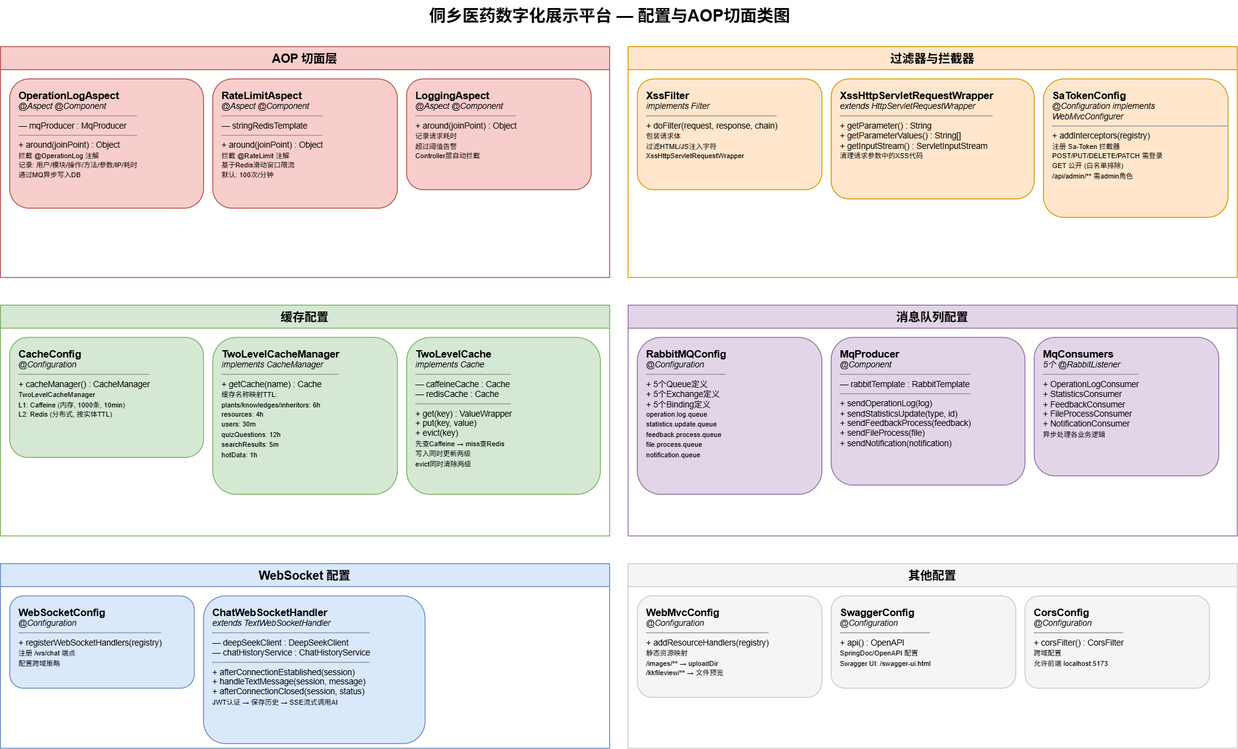
yhe3603-star/Graduation-Project keeps this draw.io diagram as docs/diagrams-png/class-config.drawio.png. Above is the earlier version. Source tidied: cells renumbered, new cells last; positions are measured from the earlier drawing's top-left corner, leaving out a move shared by most shapes.
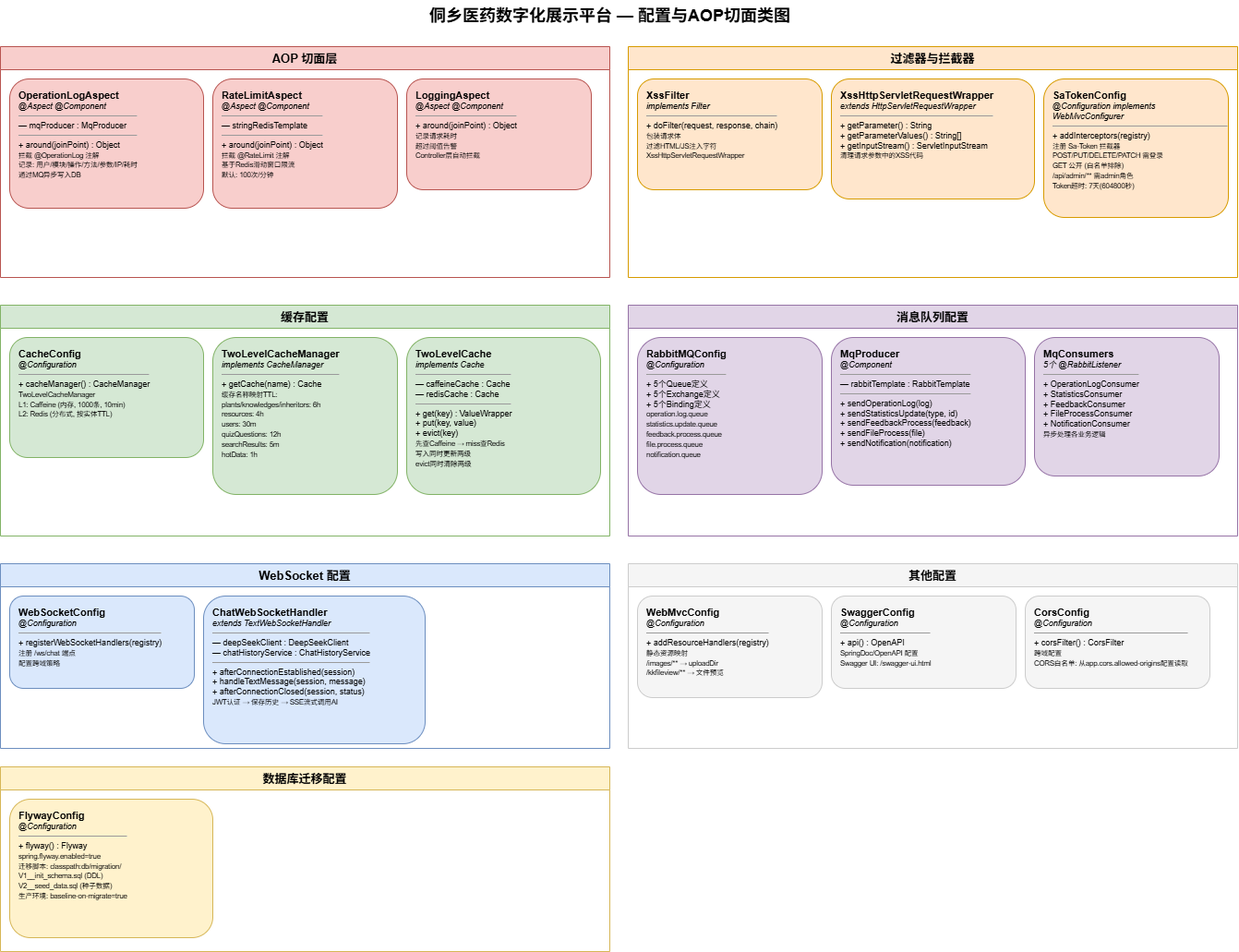
After the change.

Change to the diagram source:
```diff
@@ -26,7 +26,7 @@
     <mxCell id="9" value="&lt;b style='font-size:11px'&gt;XssHttpServletRequestWrapper&lt;/b&gt;&lt;br&gt;&lt;i&gt;extends HttpServletRequestWrapper&lt;/i&gt;&lt;hr size='1'&gt;+ getParameter() : String&lt;br&gt;+ getParameterValues() : String[]&lt;br&gt;+ getInputStream() : ServletInputStream&lt;br&gt;&lt;small&gt;清理请求参数中的XSS代码&lt;/small&gt;" style="rounded=1;whiteSpace=wrap;html=1;fillColor=#ffe6cc;strokeColor=#d79b00;fontSize=9;align=left;verticalAlign=top;spacingLeft=8;spacingTop=5;" parent="7" vertex="1">
       <mxGeometry x="220" y="35" width="220" height="130" as="geometry" />
     </mxCell>
-    <mxCell id="10" value="&lt;b style='font-size:11px'&gt;SaTokenConfig&lt;/b&gt;&lt;br&gt;&lt;i&gt;@Configuration implements WebMvcConfigurer&lt;/i&gt;&lt;hr size='1'&gt;+ addInterceptors(registry)&lt;br&gt;&lt;small&gt;注册 Sa-Token 拦截器&lt;br&gt;POST/PUT/DELETE/PATCH 需登录&lt;br&gt;GET 公开 (白名单排除)&lt;br&gt;/api/admin/** 需admin角色&lt;/small&gt;" style="rounded=1;whiteSpace=wrap;html=1;fillColor=#ffe6cc;strokeColor=#d79b00;fontSize=9;align=left;verticalAlign=top;spacingLeft=8;spacingTop=5;" parent="7" vertex="1">
+    <mxCell id="10" value="&lt;b style='font-size:11px'&gt;SaTokenConfig&lt;/b&gt;&lt;br&gt;&lt;i&gt;@Configuration implements WebMvcConfigurer&lt;/i&gt;&lt;hr size='1'&gt;+ addInterceptors(registry)&lt;br&gt;&lt;small&gt;注册 Sa-Token 拦截器&lt;br&gt;POST/PUT/DELETE/PATCH 需登录&lt;br&gt;GET 公开 (白名单排除)&lt;br&gt;/api/admin/** 需admin角色&lt;br&gt;Token超时: 7天(604800秒)&lt;/small&gt;" style="rounded=1;whiteSpace=wrap;html=1;fillColor=#ffe6cc;strokeColor=#d79b00;fontSize=9;align=left;verticalAlign=top;spacingLeft=8;spacingTop=5;" parent="7" vertex="1">
       <mxGeometry x="450" y="35" width="200" height="150" as="geometry" />
     </mxCell>
     <mxCell id="11" value="缓存配置" style="swimlane;startSize=25;fillColor=#d5e8d4;strokeColor=#82b366;fontStyle=1;fontSize=13;" parent="1" vertex="1">
@@ -71,8 +71,14 @@
     <mxCell id="24" value="&lt;b style='font-size:11px'&gt;SwaggerConfig&lt;/b&gt;&lt;br&gt;&lt;i&gt;@Configuration&lt;/i&gt;&lt;hr size='1'&gt;+ api() : OpenAPI&lt;br&gt;&lt;small&gt;SpringDoc/OpenAPI 配置&lt;br&gt;Swagger UI: /swagger-ui.html&lt;/small&gt;" style="rounded=1;whiteSpace=wrap;html=1;fillColor=#f5f5f5;strokeColor=#CCCCCC;fontSize=9;align=left;verticalAlign=top;spacingLeft=8;spacingTop=5;" parent="22" vertex="1">
       <mxGeometry x="220" y="35" width="200" height="100" as="geometry" />
     </mxCell>
-    <mxCell id="25" value="&lt;b style='font-size:11px'&gt;CorsConfig&lt;/b&gt;&lt;br&gt;&lt;i&gt;@Configuration&lt;/i&gt;&lt;hr size='1'&gt;+ corsFilter() : CorsFilter&lt;br&gt;&lt;small&gt;跨域配置&lt;br&gt;允许前端 localhost:5173&lt;/small&gt;" style="rounded=1;whiteSpace=wrap;html=1;fillColor=#f5f5f5;strokeColor=#CCCCCC;fontSize=9;align=left;verticalAlign=top;spacingLeft=8;spacingTop=5;" parent="22" vertex="1">
+    <mxCell id="25" value="&lt;b style='font-size:11px'&gt;CorsConfig&lt;/b&gt;&lt;br&gt;&lt;i&gt;@Configuration&lt;/i&gt;&lt;hr size='1'&gt;+ corsFilter() : CorsFilter&lt;br&gt;&lt;small&gt;跨域配置&lt;br&gt;CORS白名单: 从app.cors.allowed-origins配置读取&lt;/small&gt;" style="rounded=1;whiteSpace=wrap;html=1;fillColor=#f5f5f5;strokeColor=#CCCCCC;fontSize=9;align=left;verticalAlign=top;spacingLeft=8;spacingTop=5;" parent="22" vertex="1">
       <mxGeometry x="430" y="35" width="200" height="100" as="geometry" />
     </mxCell>
+    <mxCell id="26" value="数据库迁移配置" style="swimlane;startSize=25;fillColor=#fff2cc;strokeColor=#d6b656;fontStyle=1;fontSize=13;" parent="1" vertex="1">
+      <mxGeometry y="830" width="660" height="200" as="geometry" />
+    </mxCell>
+    <mxCell id="27" value="&lt;b style='font-size:11px'&gt;FlywayConfig&lt;/b&gt;&lt;br&gt;&lt;i&gt;@Configuration&lt;/i&gt;&lt;hr size='1'&gt;+ flyway() : Flyway&lt;br&gt;&lt;small&gt;spring.flyway.enabled=true&lt;br&gt;迁移脚本: classpath:db/migration/&lt;br&gt;V1__init_schema.sql (DDL)&lt;br&gt;V2__seed_data.sql (种子数据)&lt;br&gt;生产环境: baseline-on-migrate=true&lt;/small&gt;" style="rounded=1;whiteSpace=wrap;html=1;fillColor=#fff2cc;strokeColor=#d6b656;fontSize=9;align=left;verticalAlign=top;spacingLeft=8;spacingTop=5;" parent="26" vertex="1">
+      <mxGeometry x="10" y="35" width="220" height="150" as="geometry" />
+    </mxCell>
   </root>
 </mxGraphModel>
```
